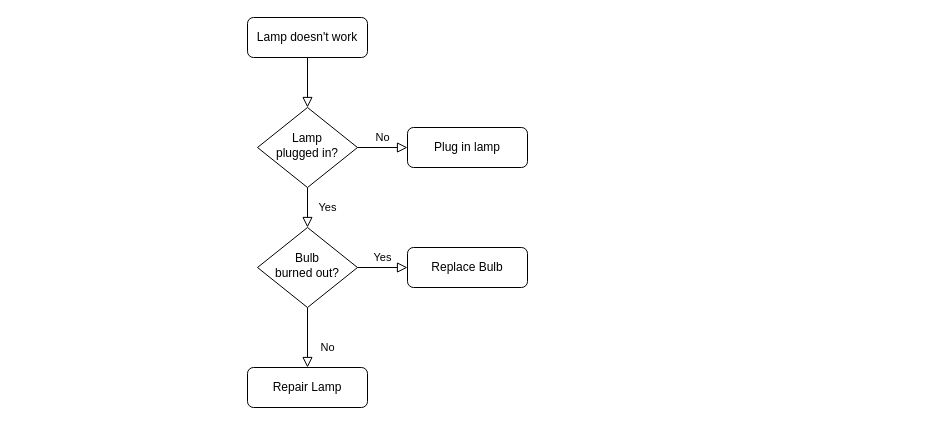
Before: 未命名绘图.drawio in Ice-wave/Ice-wave, a draw.io diagram. Source tidied: cells renumbered, new cells numbered last; positions are measured from the earlier drawing's top-left corner, leaving out a move shared by most shapes. Both pictures are drawn from the tidied source at 100%, with x=0, y=0 at pixel (247, 17).
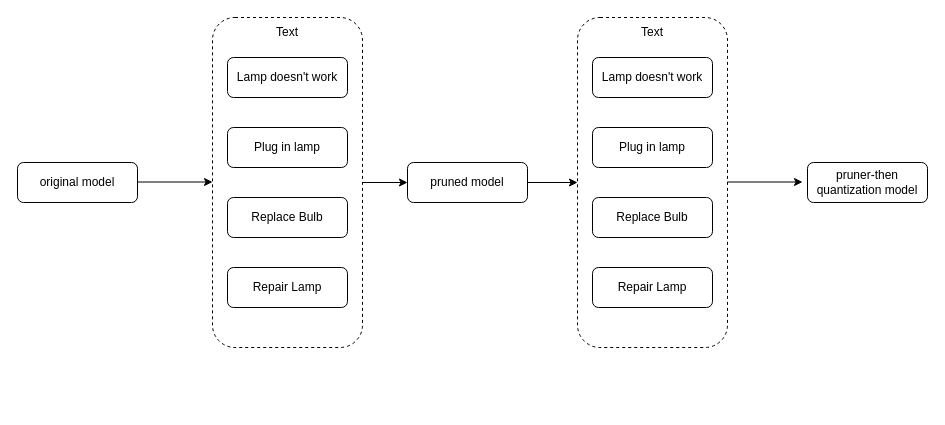
Above is the later version.

Change to the diagram source:
```diff
@@
-    <mxCell id="2" style="rounded=0;html=1;jettySize=auto;fontSize=11;endArrow=block;endFill=0;endSize=8;strokeWidth=1;shadow=0;labelBackgroundColor=none;edgeStyle=orthogonalEdgeStyle;" parent="1" edge="1" source="3" target="6">
-      <mxGeometry relative="1" as="geometry" />
-    </mxCell>
+    <mxCell id="13" style="edgeStyle=orthogonalEdgeStyle;rounded=0;jettySize=auto;html=1;exitX=1;exitY=0.5;exitDx=0;exitDy=0;entryX=0;entryY=0.5;entryDx=0;entryDy=0;" parent="1" edge="1" source="14" target="23">
+      <mxGeometry relative="1" as="geometry" />
+    </mxCell>
+    <mxCell id="14" style="rounded=1;whiteSpace=wrap;html=1;fillColor=none;dashed=1;align=center;" parent="1" vertex="1">
+      <mxGeometry x="-35" width="150" height="330" as="geometry" />
+    </mxCell>
     <mxCell id="3" value="Lamp doesn't work" style="rounded=1;whiteSpace=wrap;html=1;fontSize=12;glass=0;strokeWidth=1;shadow=0;" parent="1" vertex="1">
-      <mxGeometry width="120" height="40" as="geometry" />
+      <mxGeometry x="-20" y="40" width="120" height="40" as="geometry" />
     </mxCell>
-    <mxCell id="4" value="Yes" style="rounded=0;html=1;jettySize=auto;fontSize=11;endArrow=block;endFill=0;endSize=8;strokeWidth=1;shadow=0;labelBackgroundColor=none;edgeStyle=orthogonalEdgeStyle;" parent="1" edge="1" source="6" target="10">
-      <mxGeometry y="20" relative="1" as="geometry" />
-    </mxCell>
-    <mxCell id="5" value="No" style="edgeStyle=orthogonalEdgeStyle;rounded=0;html=1;jettySize=auto;fontSize=11;endArrow=block;endFill=0;endSize=8;strokeWidth=1;shadow=0;labelBackgroundColor=none;" parent="1" edge="1" source="6" target="7">
-      <mxGeometry y="10" relative="1" as="geometry" />
-    </mxCell>
-    <mxCell id="6" value="Lamp&lt;br&gt;plugged in?" style="rhombus;whiteSpace=wrap;html=1;shadow=0;fontFamily=Helvetica;fontSize=12;align=center;strokeWidth=1;spacing=6;spacingTop=-4;" parent="1" vertex="1">
-      <mxGeometry x="10" y="90" width="100" height="80" as="geometry" />
-    </mxCell>
     <mxCell id="7" value="Plug in lamp" style="rounded=1;whiteSpace=wrap;html=1;fontSize=12;glass=0;strokeWidth=1;shadow=0;" parent="1" vertex="1">
-      <mxGeometry x="160" y="110" width="120" height="40" as="geometry" />
+      <mxGeometry x="-20" y="110" width="120" height="40" as="geometry" />
     </mxCell>
-    <mxCell id="8" value="No" style="rounded=0;html=1;jettySize=auto;fontSize=11;endArrow=block;endFill=0;endSize=8;strokeWidth=1;shadow=0;labelBackgroundColor=none;edgeStyle=orthogonalEdgeStyle;" parent="1" edge="1" source="10" target="11">
-      <mxGeometry x="0.33" y="20" relative="1" as="geometry" />
-    </mxCell>
-    <mxCell id="9" value="Yes" style="edgeStyle=orthogonalEdgeStyle;rounded=0;html=1;jettySize=auto;fontSize=11;endArrow=block;endFill=0;endSize=8;strokeWidth=1;shadow=0;labelBackgroundColor=none;" parent="1" edge="1" source="10" target="12">
-      <mxGeometry y="10" relative="1" as="geometry" />
-    </mxCell>
-    <mxCell id="10" value="Bulb&lt;br&gt;burned out?" style="rhombus;whiteSpace=wrap;html=1;shadow=0;fontFamily=Helvetica;fontSize=12;align=center;strokeWidth=1;spacing=6;spacingTop=-4;" parent="1" vertex="1">
-      <mxGeometry x="10" y="210" width="100" height="80" as="geometry" />
-    </mxCell>
     <mxCell id="11" value="Repair Lamp" style="rounded=1;whiteSpace=wrap;html=1;fontSize=12;glass=0;strokeWidth=1;shadow=0;" parent="1" vertex="1">
-      <mxGeometry y="350" width="120" height="40" as="geometry" />
+      <mxGeometry x="-20" y="250" width="120" height="40" as="geometry" />
     </mxCell>
     <mxCell id="12" value="Replace Bulb" style="rounded=1;whiteSpace=wrap;html=1;fontSize=12;glass=0;strokeWidth=1;shadow=0;" parent="1" vertex="1">
-      <mxGeometry x="160" y="230" width="120" height="40" as="geometry" />
+      <mxGeometry x="-20" y="180" width="120" height="40" as="geometry" />
     </mxCell>
+    <mxCell id="15" style="rounded=1;whiteSpace=wrap;html=1;fillColor=none;dashed=1;" parent="1" vertex="1">
+      <mxGeometry x="330" width="150" height="330" as="geometry" />
+    </mxCell>
+    <mxCell id="16" value="Lamp doesn't work" style="rounded=1;whiteSpace=wrap;html=1;fontSize=12;glass=0;strokeWidth=1;shadow=0;" parent="1" vertex="1">
+      <mxGeometry x="345" y="40" width="120" height="40" as="geometry" />
+    </mxCell>
+    <mxCell id="17" value="Plug in lamp" style="rounded=1;whiteSpace=wrap;html=1;fontSize=12;glass=0;strokeWidth=1;shadow=0;" parent="1" vertex="1">
+      <mxGeometry x="345" y="110" width="120" height="40" as="geometry" />
+    </mxCell>
+    <mxCell id="18" value="Repair Lamp" style="rounded=1;whiteSpace=wrap;html=1;fontSize=12;glass=0;strokeWidth=1;shadow=0;" parent="1" vertex="1">
+      <mxGeometry x="345" y="250" width="120" height="40" as="geometry" />
+    </mxCell>
+    <mxCell id="19" value="Replace Bulb" style="rounded=1;whiteSpace=wrap;html=1;fontSize=12;glass=0;strokeWidth=1;shadow=0;" parent="1" vertex="1">
+      <mxGeometry x="345" y="180" width="120" height="40" as="geometry" />
+    </mxCell>
+    <mxCell id="20" style="endArrow=classic;html=1;rounded=0;" parent="1" edge="1">
+      <mxGeometry relative="1" as="geometry">
+        <mxPoint x="-110" y="164.5" as="sourcePoint" />
+        <mxPoint x="-35" y="164.5" as="targetPoint" />
+      </mxGeometry>
+    </mxCell>
+    <mxCell id="21" style="endArrow=classic;html=1;rounded=0;" parent="1" edge="1">
+      <mxGeometry relative="1" as="geometry">
+        <mxPoint x="480" y="164.5" as="sourcePoint" />
+        <mxPoint x="555" y="164.5" as="targetPoint" />
+      </mxGeometry>
+    </mxCell>
+    <mxCell id="22" style="edgeStyle=orthogonalEdgeStyle;rounded=0;jettySize=auto;html=1;exitX=1;exitY=0.5;exitDx=0;exitDy=0;entryX=0;entryY=0.5;entryDx=0;entryDy=0;" parent="1" edge="1" source="23" target="15">
+      <mxGeometry relative="1" as="geometry" />
+    </mxCell>
+    <mxCell id="23" value="pruned model" style="rounded=1;whiteSpace=wrap;html=1;fontSize=12;glass=0;strokeWidth=1;shadow=0;" parent="1" vertex="1">
+      <mxGeometry x="160" y="145" width="120" height="40" as="geometry" />
+    </mxCell>
+    <mxCell id="24" value="original model" style="rounded=1;whiteSpace=wrap;html=1;fontSize=12;glass=0;strokeWidth=1;shadow=0;" parent="1" vertex="1">
+      <mxGeometry x="-230" y="145" width="120" height="40" as="geometry" />
+    </mxCell>
+    <mxCell id="25" value="pruner-then quantization model" style="rounded=1;whiteSpace=wrap;html=1;fontSize=12;glass=0;strokeWidth=1;shadow=0;" parent="1" vertex="1">
+      <mxGeometry x="560" y="145" width="120" height="40" as="geometry" />
+    </mxCell>
+    <mxCell id="26" value="Text" style="text;html=1;strokeColor=none;fillColor=none;align=center;verticalAlign=middle;whiteSpace=wrap;rounded=0;" parent="1" vertex="1">
+      <mxGeometry x="10" width="60" height="30" as="geometry" />
+    </mxCell>
+    <mxCell id="27" value="Text" style="text;html=1;strokeColor=none;fillColor=none;align=center;verticalAlign=middle;whiteSpace=wrap;rounded=0;" parent="1" vertex="1">
+      <mxGeometry x="375" width="60" height="30" as="geometry" />
+    </mxCell>
```
